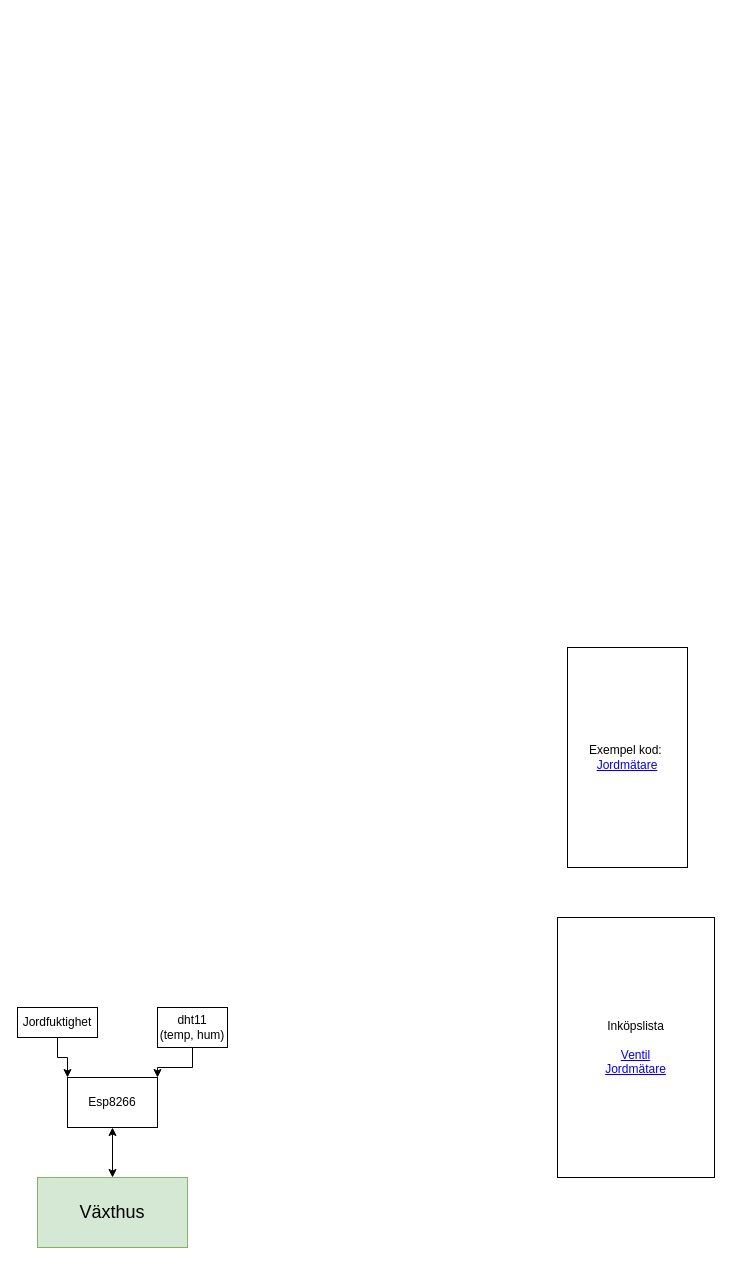
Above: gameplan.drawio in hgOscNor/W-xter-s (draw.io), before the change. Source tidied: cells renumbered, new cells numbered last; positions are measured from the earlier drawing's top-left corner, leaving out a move shared by most shapes. Both pictures are drawn from the tidied source at 100%, with x=0, y=0 at pixel (17, 647).
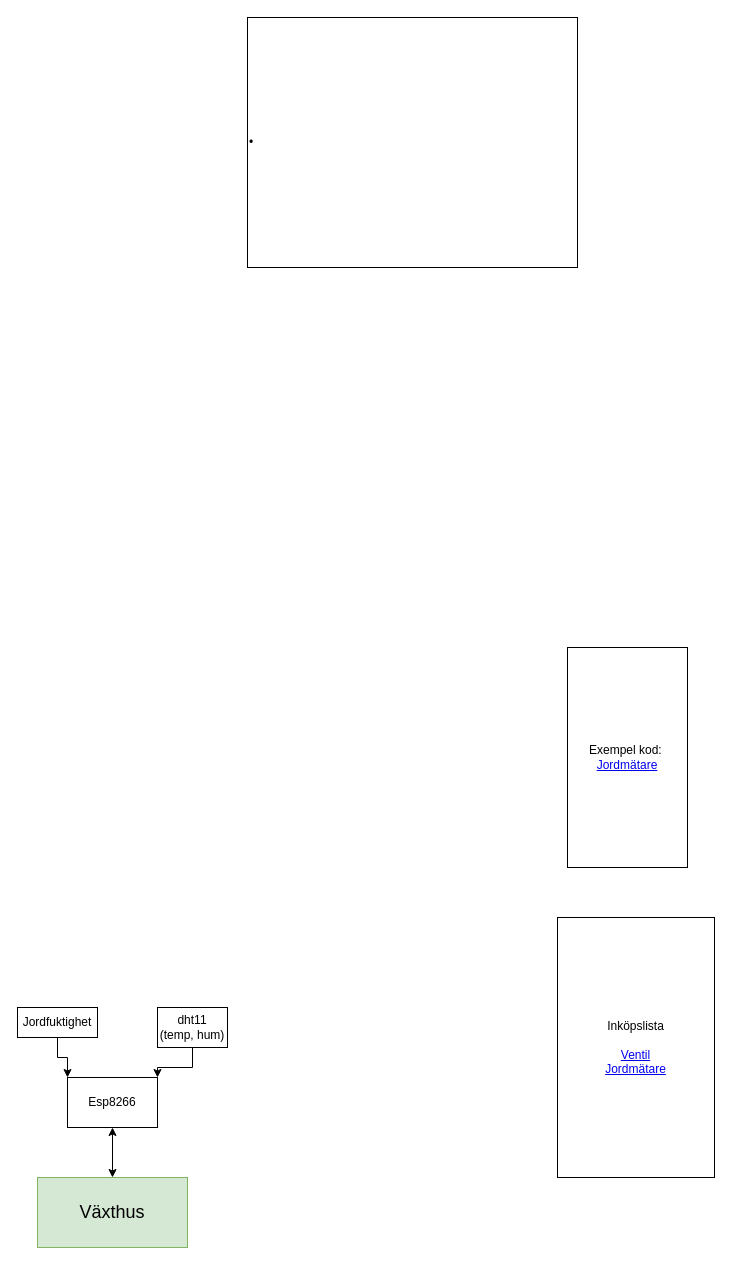
The same page after the edit.

The edit, as a diff of the source:
```diff
@@
 <mxGraphModel>
   <root>
     <mxCell id="0" />
     <mxCell id="1" parent="0" />
     <mxCell id="2" value="&lt;font style=&quot;font-size: 18px;&quot;&gt;Växthus&lt;/font&gt;" style="rounded=0;whiteSpace=wrap;html=1;fillColor=#d5e8d4;strokeColor=#82b366;" parent="1" vertex="1">
       <mxGeometry x="20" y="530" width="150" height="70" as="geometry" />
     </mxCell>
     <mxCell id="3" value="Esp8266" style="rounded=0;whiteSpace=wrap;html=1;" parent="1" vertex="1">
       <mxGeometry x="50" y="430" width="90" height="50" as="geometry" />
     </mxCell>
     <mxCell id="4" style="endArrow=classic;startArrow=classic;html=1;rounded=0;exitX=0.5;exitY=0;exitDx=0;exitDy=0;entryX=0.5;entryY=1;entryDx=0;entryDy=0;" parent="1" edge="1" source="2" target="3">
       <mxGeometry relative="1" as="geometry" />
     </mxCell>
     <mxCell id="5" style="edgeStyle=orthogonalEdgeStyle;rounded=0;jettySize=auto;html=1;entryX=1;entryY=0;entryDx=0;entryDy=0;" parent="1" edge="1" source="6" target="3">
       <mxGeometry relative="1" as="geometry" />
     </mxCell>
     <mxCell id="6" value="&lt;div&gt;dht11&lt;/div&gt;&lt;div&gt;(temp, hum)&lt;br&gt;&lt;/div&gt;" style="rounded=0;whiteSpace=wrap;html=1;" parent="1" vertex="1">
       <mxGeometry x="140" y="360" width="70" height="40" as="geometry" />
     </mxCell>
     <mxCell id="7" style="edgeStyle=orthogonalEdgeStyle;rounded=0;jettySize=auto;html=1;entryX=0;entryY=0;entryDx=0;entryDy=0;" parent="1" edge="1" source="8" target="3">
       <mxGeometry relative="1" as="geometry" />
     </mxCell>
     <mxCell id="8" value="Jordfuktighet" style="rounded=0;whiteSpace=wrap;html=1;" parent="1" vertex="1">
       <mxGeometry y="360" width="80" height="30" as="geometry" />
     </mxCell>
     <mxCell id="9" value="Inköpslista&lt;div&gt;&lt;br&gt;&lt;/div&gt;&lt;div&gt;&lt;a href=&quot;https://www.biltema.se/bygg/vvs/sanitet-och-vatten/ventiler-vvs/minikulventiler-vvs/minikulventil-rak-12-x-12-2000061360&quot;&gt;Ventil&lt;/a&gt;&lt;/div&gt;&lt;div&gt;&lt;a href=&quot;https://www.electrokit.com/jordfuktighetssensor&quot;&gt;Jordmätare&lt;/a&gt;&lt;/div&gt;" style="rounded=0;whiteSpace=wrap;html=1;" parent="1" vertex="1">
       <mxGeometry x="540" y="270" width="157" height="260" as="geometry" />
     </mxCell>
     <mxCell id="10" value="Exempel kod:&amp;nbsp;&lt;div&gt;&lt;a href=&quot;https://www.electronics360.org/how-to-use-fc-28-soil-moisture-sensor-module-with-arduino-uno-diy/&quot;&gt;Jordmätare&lt;/a&gt;&lt;/div&gt;" style="rounded=0;whiteSpace=wrap;html=1;" parent="1" vertex="1">
       <mxGeometry x="550" width="120" height="220" as="geometry" />
     </mxCell>
+    <mxCell id="11" value="&lt;font face=&quot;AvenirNext, Lato, Arial, sans-serif&quot; color=&quot;#ba0087&quot;&gt;&lt;span style=&quot;font-size: 20px; background-color: rgb(255, 255, 255);&quot;&gt;&lt;br&gt;&lt;/span&gt;&lt;/font&gt;" style="rounded=0;whiteSpace=wrap;html=1;align=left;" parent="1" vertex="1">
+      <mxGeometry x="230" y="-630" width="330" height="250" as="geometry" />
+    </mxCell>
+    <mxCell id="12" value="•" style="rounded=0;whiteSpace=wrap;html=1;align=left;" parent="1" vertex="1">
+      <mxGeometry x="230" y="-630" width="330" height="250" as="geometry" />
+    </mxCell>
   </root>
 </mxGraphModel>
```
